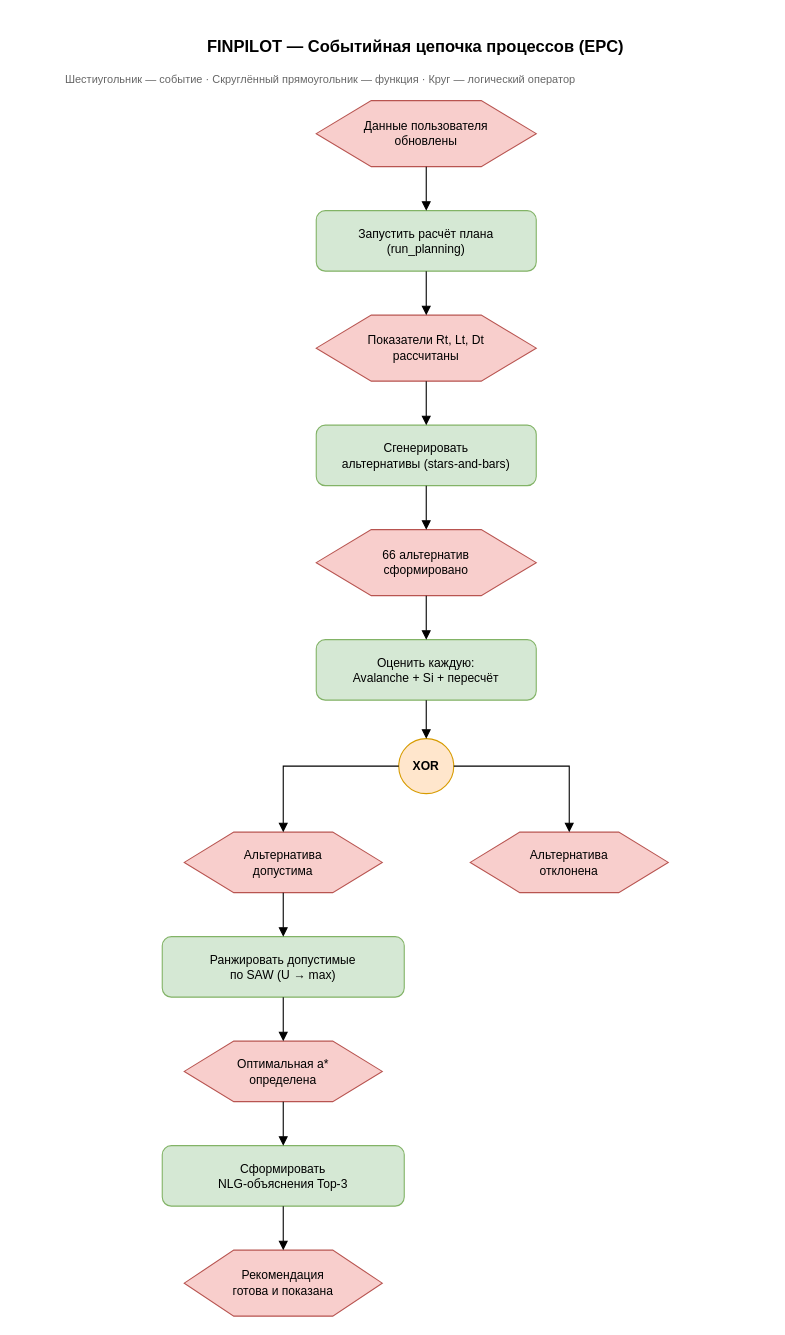
Above: docs/diagrams/18_epc.drawio in vevdokimovm/personal-finance-dss (draw.io), before the change. Source tidied: cells renumbered, new cells numbered last; positions are measured from the earlier drawing's top-left corner, leaving out a move shared by most shapes. Both pictures are drawn from the tidied source at 110%, with x=0, y=0 at pixel (63, 29).
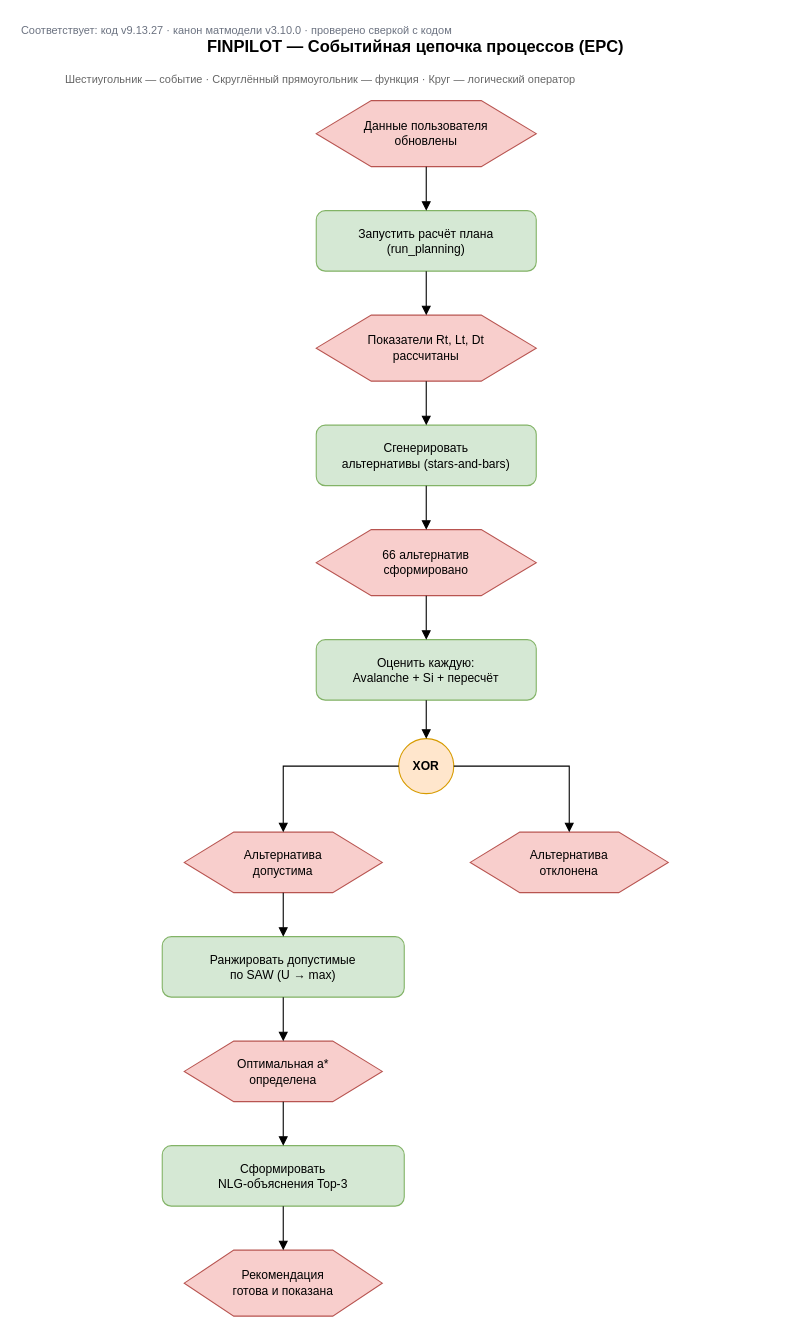
The same page after the edit.

Change to the diagram source:
```diff
@@
+    <mxCell id="29" value="Соответствует: код v9.13.27 · канон матмодели v3.10.0 · проверено сверкой с кодом" style="text;html=1;strokeColor=none;fillColor=none;align=left;verticalAlign=middle;fontSize=10;fontColor=#6b7280;" parent="1" vertex="1">
+      <mxGeometry x="-40" y="-9" width="520" height="20" as="geometry" />
+    </mxCell>
```
